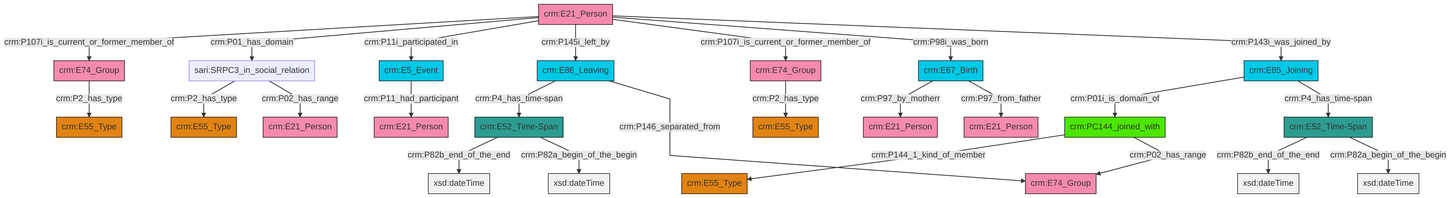
swiss-art-research-net/reference-data-models keeps this Mermaid diagram as et/personCSV/ttl/mmd/png/Person_Actor_Relations.png. Above is the earlier version. Its source is kept beside it as et/personCSV/ttl/mmd/Person_Actor_Relations.ttl.mmd.
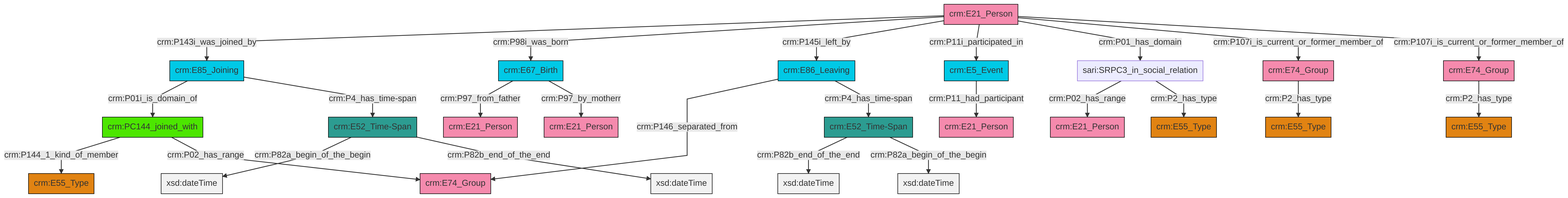
Later version of the same file.

Diff of the diagram source:
```diff
@@ -13,27 +13,27 @@
 classDef PC_Classes fill:#4ce600, stroke:#000000;
 classDef Multi fill:#cccccc,stroke:#000000;
 
-0["crm:E21_Person"]:::Actor -->|crm:P107i_is_current_or_former_member_of| 1["crm:E74_Group"]:::Actor
-2["crm:PC144_joined_with"]:::PC_Classes -->|crm:P144_1_kind_of_member| 3["crm:E55_Type"]:::Type
-8["crm:E52_Time-Span"]:::Time-Span -->|crm:P82b_end_of_the_end| 9[xsd:dateTime]:::Literal
-0["crm:E21_Person"]:::Actor -->|crm:P01_has_domain| 10["sari:SRPC3_in_social_relation"]:::Default
-0["crm:E21_Person"]:::Actor -->|crm:P11i_participated_in| 11["crm:E5_Event"]:::Temporal_Entity
-10["sari:SRPC3_in_social_relation"]:::Default -->|crm:P2_has_type| 16["crm:E55_Type"]:::Type
-0["crm:E21_Person"]:::Actor -->|crm:P145i_left_by| 21["crm:E86_Leaving"]:::Temporal_Entity
-21["crm:E86_Leaving"]:::Temporal_Entity -->|crm:P4_has_time-span| 8["crm:E52_Time-Span"]:::Time-Span
-11["crm:E5_Event"]:::Temporal_Entity -->|crm:P11_had_participant| 25["crm:E21_Person"]:::Actor
-10["sari:SRPC3_in_social_relation"]:::Default -->|crm:P02_has_range| 27["crm:E21_Person"]:::Actor
-23["crm:E74_Group"]:::Actor -->|crm:P2_has_type| 13["crm:E55_Type"]:::Type
-0["crm:E21_Person"]:::Actor -->|crm:P107i_is_current_or_former_member_of| 23["crm:E74_Group"]:::Actor
-8["crm:E52_Time-Span"]:::Time-Span -->|crm:P82a_begin_of_the_begin| 31[xsd:dateTime]:::Literal
-19["crm:E52_Time-Span"]:::Time-Span -->|crm:P82b_end_of_the_end| 32[xsd:dateTime]:::Literal
-17["crm:E67_Birth"]:::Temporal_Entity -->|crm:P97_by_motherr| 34["crm:E21_Person"]:::Actor
-2["crm:PC144_joined_with"]:::PC_Classes -->|crm:P02_has_range| 36["crm:E74_Group"]:::Actor
-19["crm:E52_Time-Span"]:::Time-Span -->|crm:P82a_begin_of_the_begin| 37[xsd:dateTime]:::Literal
-21["crm:E86_Leaving"]:::Temporal_Entity -->|crm:P146_separated_from| 36["crm:E74_Group"]:::Actor
-4["crm:E85_Joining"]:::Temporal_Entity -->|crm:P01i_is_domain_of| 2["crm:PC144_joined_with"]:::PC_Classes
-0["crm:E21_Person"]:::Actor -->|crm:P98i_was_born| 17["crm:E67_Birth"]:::Temporal_Entity
-1["crm:E74_Group"]:::Actor -->|crm:P2_has_type| 28["crm:E55_Type"]:::Type
-17["crm:E67_Birth"]:::Temporal_Entity -->|crm:P97_from_father| 39["crm:E21_Person"]:::Actor
-4["crm:E85_Joining"]:::Temporal_Entity -->|crm:P4_has_time-span| 19["crm:E52_Time-Span"]:::Time-Span
-0["crm:E21_Person"]:::Actor -->|crm:P143i_was_joined_by| 4["crm:E85_Joining"]:::Temporal_Entity
+0["crm:E21_Person"]:::Actor -->|crm:P143i_was_joined_by| 1["crm:E85_Joining"]:::Temporal_Entity
+6["crm:E52_Time-Span"]:::Time-Span -->|crm:P82b_end_of_the_end| 7[xsd:dateTime]:::Literal
+0["crm:E21_Person"]:::Actor -->|crm:P98i_was_born| 8["crm:E67_Birth"]:::Temporal_Entity
+9["crm:E74_Group"]:::Actor -->|crm:P2_has_type| 10["crm:E55_Type"]:::Type
+11["crm:E52_Time-Span"]:::Time-Span -->|crm:P82a_begin_of_the_begin| 12[xsd:dateTime]:::Literal
+13["sari:SRPC3_in_social_relation"]:::Default -->|crm:P02_has_range| 14["crm:E21_Person"]:::Actor
+1["crm:E85_Joining"]:::Temporal_Entity -->|crm:P01i_is_domain_of| 15["crm:PC144_joined_with"]:::PC_Classes
+8["crm:E67_Birth"]:::Temporal_Entity -->|crm:P97_from_father| 2["crm:E21_Person"]:::Actor
+6["crm:E52_Time-Span"]:::Time-Span -->|crm:P82a_begin_of_the_begin| 18[xsd:dateTime]:::Literal
+13["sari:SRPC3_in_social_relation"]:::Default -->|crm:P2_has_type| 19["crm:E55_Type"]:::Type
+0["crm:E21_Person"]:::Actor -->|crm:P145i_left_by| 4["crm:E86_Leaving"]:::Temporal_Entity
+20["crm:E5_Event"]:::Temporal_Entity -->|crm:P11_had_participant| 16["crm:E21_Person"]:::Actor
+8["crm:E67_Birth"]:::Temporal_Entity -->|crm:P97_by_motherr| 22["crm:E21_Person"]:::Actor
+0["crm:E21_Person"]:::Actor -->|crm:P11i_participated_in| 20["crm:E5_Event"]:::Temporal_Entity
+15["crm:PC144_joined_with"]:::PC_Classes -->|crm:P144_1_kind_of_member| 24["crm:E55_Type"]:::Type
+0["crm:E21_Person"]:::Actor -->|crm:P01_has_domain| 13["sari:SRPC3_in_social_relation"]:::Default
+11["crm:E52_Time-Span"]:::Time-Span -->|crm:P82b_end_of_the_end| 36[xsd:dateTime]:::Literal
+39["crm:E74_Group"]:::Actor -->|crm:P2_has_type| 32["crm:E55_Type"]:::Type
+1["crm:E85_Joining"]:::Temporal_Entity -->|crm:P4_has_time-span| 11["crm:E52_Time-Span"]:::Time-Span
+0["crm:E21_Person"]:::Actor -->|crm:P107i_is_current_or_former_member_of| 9["crm:E74_Group"]:::Actor
+4["crm:E86_Leaving"]:::Temporal_Entity -->|crm:P146_separated_from| 28["crm:E74_Group"]:::Actor
+4["crm:E86_Leaving"]:::Temporal_Entity -->|crm:P4_has_time-span| 6["crm:E52_Time-Span"]:::Time-Span
+0["crm:E21_Person"]:::Actor -->|crm:P107i_is_current_or_former_member_of| 39["crm:E74_Group"]:::Actor
+15["crm:PC144_joined_with"]:::PC_Classes -->|crm:P02_has_range| 28["crm:E74_Group"]:::Actor
```
